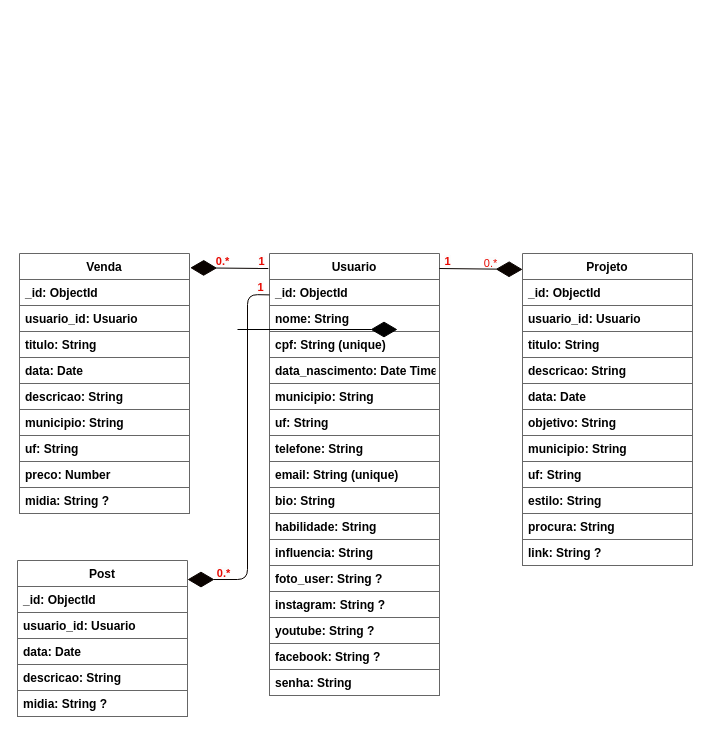
Above: band_finder/Docs/bandfinder.drawio in FatecFranca/DSM-G01-PI3-2024-1 (draw.io), before the change. Source tidied: cells renumbered, new cells numbered last; positions are measured from the earlier drawing's top-left corner, leaving out a move shared by most shapes. Both pictures are drawn from the tidied source at 100%, with x=0, y=0 at pixel (17, 17).
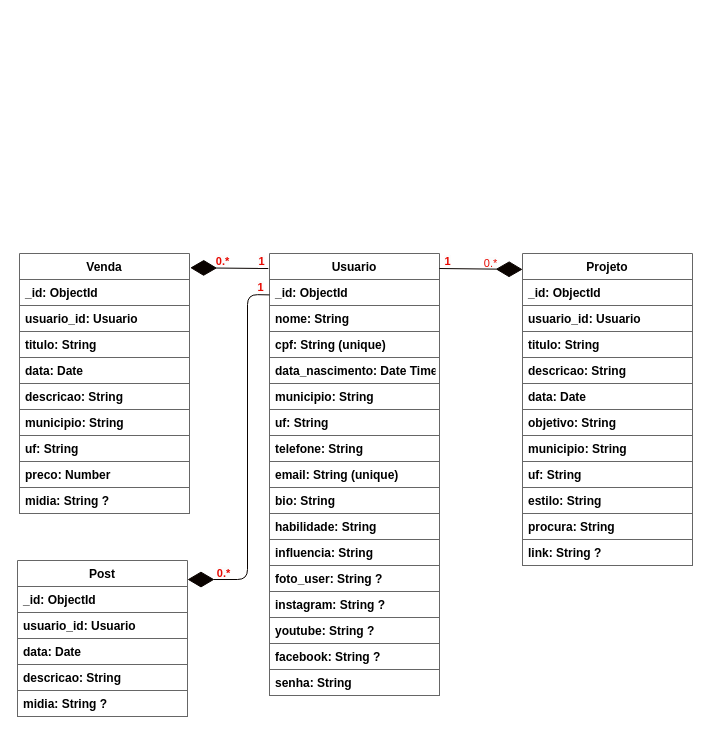
After the change.

What changed in the source:
```diff
@@
-    <mxCell id="52" style="endArrow=diamondThin;endFill=1;endSize=24;html=1;" parent="1" edge="1">
-      <mxGeometry relative="1" as="geometry">
-        <mxPoint x="220" y="312" as="sourcePoint" />
-        <mxPoint x="380" y="312" as="targetPoint" />
-      </mxGeometry>
-    </mxCell>
```
